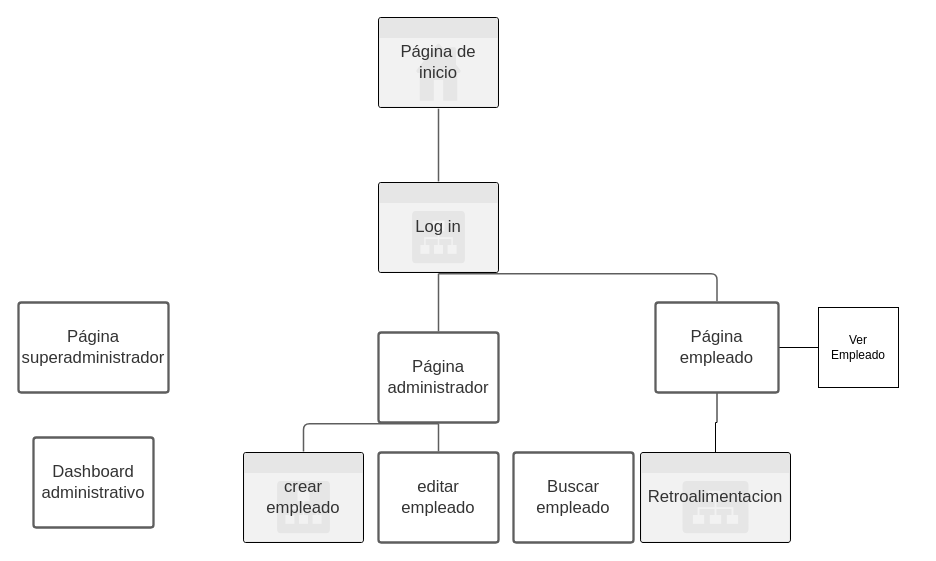
ed1122/Pruebas keeps this draw.io diagram as Untitled Diagram.drawio. Above is the earlier version. Source tidied: cells renumbered, new cells numbered last; positions are measured from the earlier drawing's top-left corner, leaving out a move shared by most shapes. Both pictures are drawn from the tidied source at 100%, with x=0, y=0 at pixel (18, 17).
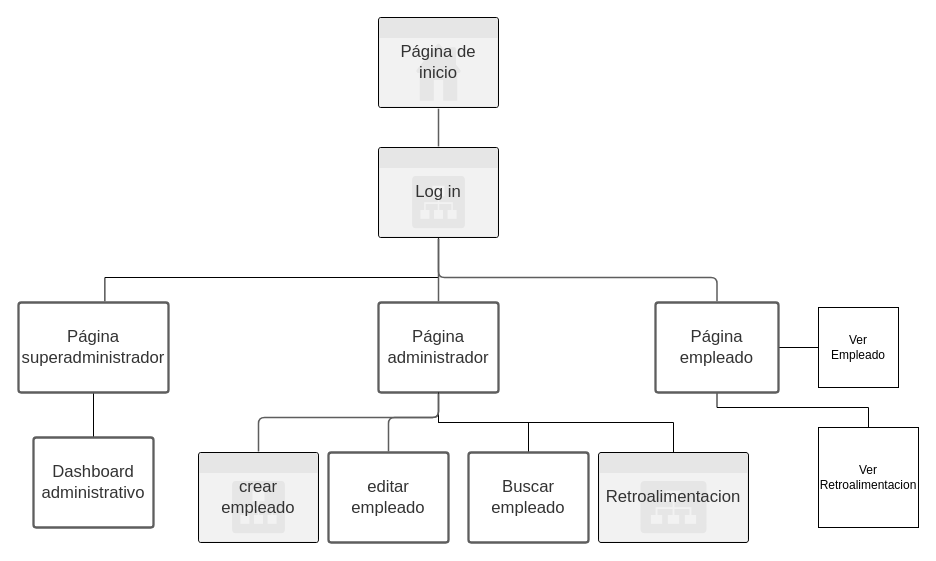
After the change.

Unchanged cells that the change refers to:
```xml
<mxCell id="3" value="Página superadministrador" style="html=1;overflow=block;blockSpacing=1;whiteSpace=wrap;rounded=1;arcSize=3;strokeColor=#5e5e5e;strokeOpacity=100;strokeWidth=2.3;whiteSpace=wrap;fontSize=16.7;fontColor=#333333;align=center;spacing=3.8;whiteSpace=wrap;" parent="1" vertex="1">
  <mxGeometry y="285" width="150" height="90" as="geometry" />
</mxCell>
<mxCell id="8" value="Página empleado" style="html=1;overflow=block;blockSpacing=1;whiteSpace=wrap;rounded=1;arcSize=3;strokeColor=#5e5e5e;strokeOpacity=100;strokeWidth=2.3;whiteSpace=wrap;fontSize=16.7;fontColor=#333333;align=center;spacing=3.8;whiteSpace=wrap;" parent="1" vertex="1">
  <mxGeometry x="637" y="285" width="123" height="90" as="geometry" />
</mxCell>
<mxCell id="18" value="Dashboard administrativo" style="html=1;overflow=block;blockSpacing=1;whiteSpace=wrap;rounded=1;arcSize=3;strokeColor=#5e5e5e;strokeOpacity=100;strokeWidth=2.3;whiteSpace=wrap;fontSize=16.7;fontColor=#333333;align=center;spacing=3.8;whiteSpace=wrap;" parent="1" vertex="1">
  <mxGeometry x="15" y="420" width="120" height="90" as="geometry" />
</mxCell>
```

Diff of the diagram source:
```diff
@@
+    <mxCell id="20" style="edgeStyle=orthogonalEdgeStyle;rounded=0;jettySize=auto;html=1;entryX=0.576;entryY=-0.013;entryDx=0;entryDy=0;entryPerimeter=0;endArrow=none;endFill=0;" parent="1" edge="1" source="2" target="3">
+      <mxGeometry relative="1" as="geometry">
+        <Array as="points">
+          <mxPoint x="420" y="260" />
+          <mxPoint x="86" y="260" />
+        </Array>
+      </mxGeometry>
+    </mxCell>
     <mxCell id="2" value="Log in" style="html=1;overflow=block;blockSpacing=1;whiteSpace=wrap;shape=mxgraph.sitemap.sitemap;strokeColor=#000000;fillColor=#E6E6E6;whiteSpace=wrap;fontSize=16.7;fontColor=#333333;align=center;spacing=3.8;strokeOpacity=100;rounded=1;absoluteArcSize=1;arcSize=9;strokeWidth=1;" parent="1" vertex="1">
-      <mxGeometry x="360" y="165" width="120" height="90" as="geometry" />
+      <mxGeometry x="360" y="130" width="120" height="90" as="geometry" />
     </mxCell>
+    <mxCell id="21" style="edgeStyle=orthogonalEdgeStyle;rounded=0;jettySize=auto;html=1;entryX=0.5;entryY=0;entryDx=0;entryDy=0;endArrow=none;endFill=0;" parent="1" edge="1" source="3" target="18">
+      <mxGeometry relative="1" as="geometry" />
+    </mxCell>
@@
+    <mxCell id="22" style="edgeStyle=orthogonalEdgeStyle;rounded=0;jettySize=auto;html=1;entryX=0.5;entryY=0;entryDx=0;entryDy=0;endArrow=none;endFill=0;" parent="1" edge="1" source="4" target="14">
+      <mxGeometry relative="1" as="geometry" />
+    </mxCell>
     <mxCell id="4" value="Página administrador" style="html=1;overflow=block;blockSpacing=1;whiteSpace=wrap;rounded=1;arcSize=3;strokeColor=#5e5e5e;strokeOpacity=100;strokeWidth=2.3;whiteSpace=wrap;fontSize=16.7;fontColor=#333333;align=center;spacing=3.8;whiteSpace=wrap;" parent="1" vertex="1">
-      <mxGeometry x="360" y="315" width="120" height="90" as="geometry" />
+      <mxGeometry x="360" y="285" width="120" height="90" as="geometry" />
     </mxCell>
@@
-    <mxCell id="6" style="edgeStyle=orthogonalEdgeStyle;rounded=0;jettySize=auto;html=1;entryX=0.5;entryY=0;entryDx=0;entryDy=0;entryPerimeter=0;endArrow=none;endFill=0;" parent="1" edge="1" source="8" target="17">
+    <mxCell id="6" style="edgeStyle=orthogonalEdgeStyle;rounded=0;jettySize=auto;html=1;entryX=0.5;entryY=0;entryDx=0;entryDy=0;entryPerimeter=0;endArrow=none;endFill=0;exitX=0.5;exitY=1;exitDx=0;exitDy=0;" parent="1" edge="1" source="4" target="17">
       <mxGeometry relative="1" as="geometry" />
     </mxCell>
@@
+    <mxCell id="23" style="edgeStyle=orthogonalEdgeStyle;rounded=0;jettySize=auto;html=1;entryX=0.5;entryY=0;entryDx=0;entryDy=0;endArrow=none;endFill=0;" parent="1" edge="1" source="8" target="24">
+      <mxGeometry relative="1" as="geometry">
+        <Array as="points">
+          <mxPoint x="699" y="390" />
+          <mxPoint x="850" y="390" />
+        </Array>
+      </mxGeometry>
+    </mxCell>
@@
     <mxCell id="9" style="html=1;jettySize=18;whiteSpace=wrap;fontSize=13;strokeColor=#5E5E5E;strokeWidth=1.5;rounded=1;arcSize=12;edgeStyle=orthogonalEdgeStyle;startArrow=none;endArrow=none;exitX=0.5;exitY=1.013;exitPerimeter=0;entryX=0.5;entryY=-0.013;entryPerimeter=0;" parent="1" edge="1" source="2" target="8">
-      <mxGeometry relative="1" as="geometry" />
+      <mxGeometry relative="1" as="geometry">
+        <Array as="points">
+          <mxPoint x="420" y="260" />
+          <mxPoint x="699" y="260" />
+        </Array>
+      </mxGeometry>
     </mxCell>
     <mxCell id="10" style="html=1;jettySize=18;whiteSpace=wrap;fontSize=13;strokeColor=#5E5E5E;strokeWidth=1.5;rounded=1;arcSize=12;edgeStyle=orthogonalEdgeStyle;startArrow=none;endArrow=none;exitX=0.5;exitY=1.013;exitPerimeter=0;entryX=0.5;entryY=-0.012;entryPerimeter=0;" parent="1" edge="1" source="4" target="11">
-      <mxGeometry relative="1" as="geometry" />
+      <mxGeometry relative="1" as="geometry">
+        <Array as="points">
+          <mxPoint x="420" y="400" />
+          <mxPoint x="240" y="400" />
+        </Array>
+      </mxGeometry>
     </mxCell>
     <mxCell id="11" value="crear empleado" style="html=1;overflow=block;blockSpacing=1;whiteSpace=wrap;shape=mxgraph.sitemap.sitemap;strokeColor=#000000;fillColor=#E6E6E6;whiteSpace=wrap;fontSize=16.7;fontColor=#333333;align=center;spacing=3.8;strokeOpacity=100;rounded=1;absoluteArcSize=1;arcSize=9;strokeWidth=1;" parent="1" vertex="1">
-      <mxGeometry x="225" y="435" width="120" height="90" as="geometry" />
+      <mxGeometry x="180" y="435" width="120" height="90" as="geometry" />
     </mxCell>
     <mxCell id="12" value="editar empleado" style="html=1;overflow=block;blockSpacing=1;whiteSpace=wrap;rounded=1;arcSize=3;strokeColor=#5e5e5e;strokeOpacity=100;strokeWidth=2.3;whiteSpace=wrap;fontSize=16.7;fontColor=#333333;align=center;spacing=3.8;whiteSpace=wrap;" parent="1" vertex="1">
-      <mxGeometry x="360" y="435" width="120" height="90" as="geometry" />
+      <mxGeometry x="310" y="435" width="120" height="90" as="geometry" />
     </mxCell>
     <mxCell id="13" style="html=1;jettySize=18;whiteSpace=wrap;fontSize=13;strokeColor=#5E5E5E;strokeWidth=1.5;rounded=1;arcSize=12;edgeStyle=orthogonalEdgeStyle;startArrow=none;endArrow=none;exitX=0.5;exitY=1.013;exitPerimeter=0;entryX=0.5;entryY=-0.012;entryPerimeter=0;" parent="1" edge="1" source="4" target="12">
-      <mxGeometry relative="1" as="geometry" />
+      <mxGeometry relative="1" as="geometry">
+        <Array as="points">
+          <mxPoint x="420" y="400" />
+          <mxPoint x="370" y="400" />
+        </Array>
+      </mxGeometry>
     </mxCell>
     <mxCell id="14" value="Buscar empleado" style="html=1;overflow=block;blockSpacing=1;whiteSpace=wrap;rounded=1;arcSize=3;strokeColor=#5e5e5e;strokeOpacity=100;strokeWidth=2.3;whiteSpace=wrap;fontSize=16.7;fontColor=#333333;align=center;spacing=3.8;whiteSpace=wrap;" parent="1" vertex="1">
-      <mxGeometry x="495" y="435" width="120" height="90" as="geometry" />
+      <mxGeometry x="450" y="435" width="120" height="90" as="geometry" />
     </mxCell>
@@
     <mxCell id="17" value="Retroalimentacion" style="html=1;overflow=block;blockSpacing=1;whiteSpace=wrap;shape=mxgraph.sitemap.sitemap;strokeColor=#000000;fillColor=#E6E6E6;whiteSpace=wrap;fontSize=16.7;fontColor=#333333;align=center;spacing=3.8;strokeOpacity=100;rounded=1;absoluteArcSize=1;arcSize=9;strokeWidth=1;" parent="1" vertex="1">
-      <mxGeometry x="622" y="435" width="150" height="90" as="geometry" />
+      <mxGeometry x="580" y="435" width="150" height="90" as="geometry" />
     </mxCell>
@@
+    <mxCell id="24" value="Ver Retroalimentacion" style="whiteSpace=wrap;html=1;strokeWidth=1;" parent="1" vertex="1">
+      <mxGeometry x="800" y="410" width="100" height="100" as="geometry" />
+    </mxCell>
```
